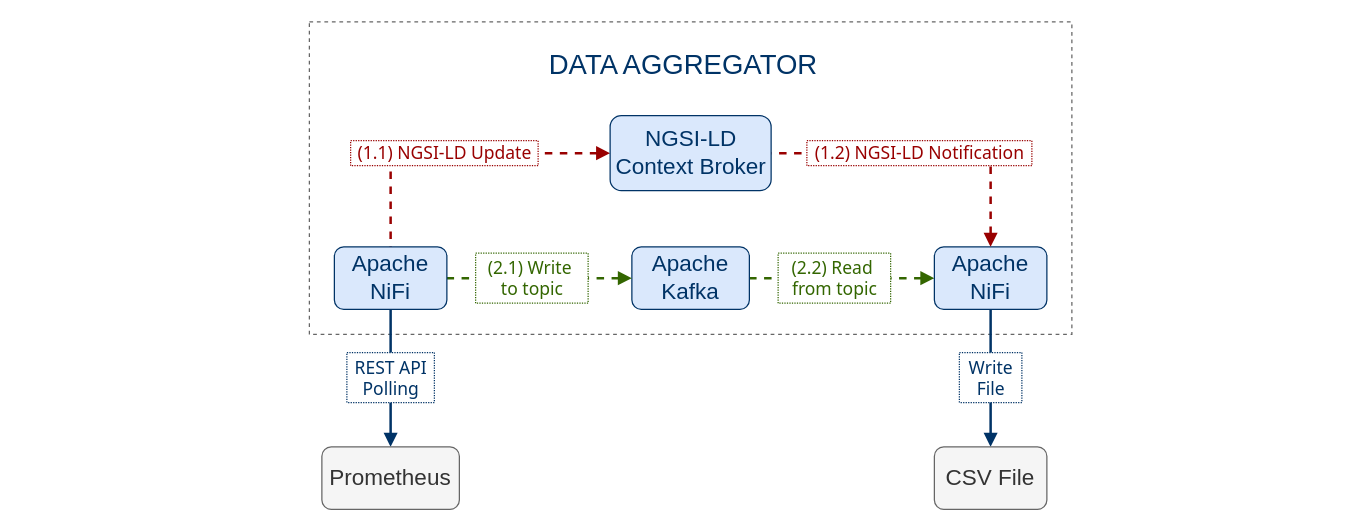
giros-dit/cim-prometheus-pipelines keeps this draw.io diagram as page "pipelines" (2 of 2) of docs/prometheus-experiment.drawio. Above is the earlier version. Source tidied: cells renumbered, new cells numbered last; positions are measured from the earlier drawing's top-left corner, leaving out a move shared by most shapes. Both pictures are drawn from the tidied source at 125%, with x=0, y=0 at pixel (309, 21).
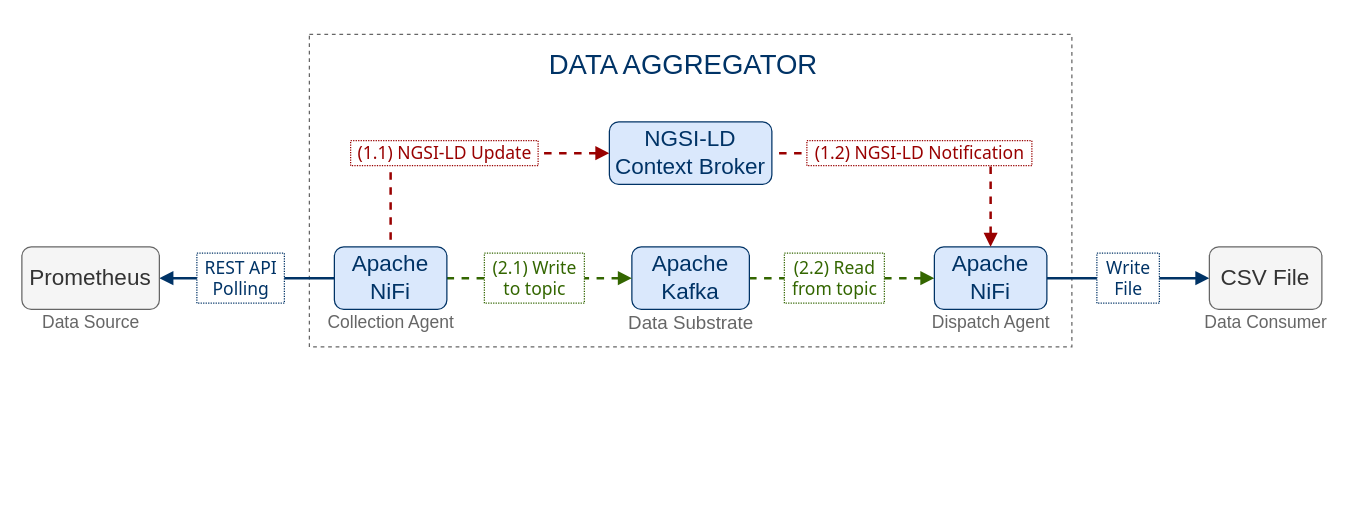
The same diagram, later.

Diff of the diagram source:
```diff
@@
-    <mxCell id="0" />
-    <mxCell id="1" parent="0" />
-    <mxCell id="2" style="edgeStyle=orthogonalEdgeStyle;rounded=0;jettySize=auto;html=1;exitX=0.5;exitY=1;exitDx=0;exitDy=0;fontColor=#003366;strokeColor=#003366;strokeWidth=2;endFill=1;endArrow=block;startFill=0;entryX=0.5;entryY=0;entryDx=0;entryDy=0;startArrow=none;" parent="1" edge="1" source="21" target="4">
-      <mxGeometry relative="1" as="geometry" />
-    </mxCell>
-    <mxCell id="3" style="rounded=0;whiteSpace=wrap;html=1;fillColor=none;dashed=1;fontColor=#575757;strokeColor=#666666;" parent="1" vertex="1">
-      <mxGeometry width="610" height="250" as="geometry" />
-    </mxCell>
+    <mxCell id="23" />
+    <mxCell id="24" parent="23" />
+    <mxCell id="25" style="rounded=0;whiteSpace=wrap;html=1;fillColor=none;dashed=1;fontColor=#575757;strokeColor=#666666;" parent="24" vertex="1">
+      <mxGeometry y="10" width="610" height="250" as="geometry" />
+    </mxCell>
+    <mxCell id="26" style="edgeStyle=orthogonalEdgeStyle;rounded=0;jettySize=auto;html=1;exitX=0;exitY=0.5;exitDx=0;exitDy=0;entryX=1;entryY=0.5;entryDx=0;entryDy=0;fontColor=#003366;strokeColor=#003366;strokeWidth=2;endFill=1;endArrow=block;startFill=0;" parent="24" edge="1" source="9" target="4">
+      <mxGeometry relative="1" as="geometry" />
+    </mxCell>
-    <mxCell id="4" value="&lt;font&gt;Prometheus&lt;/font&gt;" style="rounded=1;whiteSpace=wrap;html=1;fontFamily=Helvetica;fontSize=18;fillColor=#F5F5F5;strokeColor=#666666;fontColor=#333333;" parent="1" vertex="1">
-      <mxGeometry x="10" y="340" width="110" height="50" as="geometry" />
+    <mxCell id="4" value="Prometheus" style="rounded=1;whiteSpace=wrap;html=1;fontFamily=Helvetica;fontSize=18;strokeColor=#666666;fillColor=#F5F5F5;fontColor=#333333;" parent="24" vertex="1">
+      <mxGeometry x="-230" y="180" width="110" height="50" as="geometry" />
     </mxCell>
-    <mxCell id="5" style="edgeStyle=orthogonalEdgeStyle;rounded=0;jettySize=auto;html=1;exitX=0;exitY=0.5;exitDx=0;exitDy=0;entryX=1;entryY=0.5;entryDx=0;entryDy=0;dashed=1;fontColor=#003366;strokeColor=#336600;strokeWidth=2;fillColor=#f8cecc;endFill=0;endArrow=none;startFill=1;startArrow=block;" parent="1" edge="1" source="11" target="6">
+    <mxCell id="5" style="edgeStyle=orthogonalEdgeStyle;rounded=0;jettySize=auto;html=1;exitX=0;exitY=0.5;exitDx=0;exitDy=0;entryX=1;entryY=0.5;entryDx=0;entryDy=0;dashed=1;fontColor=#003366;strokeColor=#336600;strokeWidth=2;fillColor=#f8cecc;endFill=0;endArrow=none;startFill=1;startArrow=block;" parent="24" edge="1" source="11" target="6">
       <mxGeometry relative="1" as="geometry" />
     </mxCell>
-    <mxCell id="6" value="Apache&lt;br style=&quot;font-size: 18px;&quot;&gt;Kafka" style="rounded=1;whiteSpace=wrap;html=1;fontFamily=Helvetica;fillColor=#dae8fc;strokeColor=#003366;fontSize=18;fontColor=#003366;" parent="1" vertex="1">
+    <mxCell id="6" value="Apache&lt;br style=&quot;font-size: 18px;&quot;&gt;Kafka" style="rounded=1;whiteSpace=wrap;html=1;fontFamily=Helvetica;fillColor=#dae8fc;strokeColor=#003366;fontSize=18;fontColor=#003366;" parent="24" vertex="1">
       <mxGeometry x="258" y="180" width="94" height="50" as="geometry" />
     </mxCell>
-    <mxCell id="7" style="edgeStyle=orthogonalEdgeStyle;rounded=0;jettySize=auto;html=1;exitX=0;exitY=0.5;exitDx=0;exitDy=0;entryX=1;entryY=0.5;entryDx=0;entryDy=0;dashed=1;fontColor=#003366;strokeColor=#336600;strokeWidth=2;fillColor=#f8cecc;endFill=0;endArrow=none;startFill=1;startArrow=block;" parent="1" edge="1" source="6" target="9">
+    <mxCell id="7" style="edgeStyle=orthogonalEdgeStyle;rounded=0;jettySize=auto;html=1;exitX=0;exitY=0.5;exitDx=0;exitDy=0;entryX=1;entryY=0.5;entryDx=0;entryDy=0;dashed=1;fontColor=#003366;strokeColor=#336600;strokeWidth=2;fillColor=#f8cecc;endFill=0;endArrow=none;startFill=1;startArrow=block;" parent="24" edge="1" source="6" target="9">
       <mxGeometry relative="1" as="geometry" />
     </mxCell>
-    <mxCell id="8" style="rounded=0;jettySize=auto;html=1;exitX=0;exitY=0.5;exitDx=0;exitDy=0;entryX=0.5;entryY=0;entryDx=0;entryDy=0;dashed=1;fontSize=10;fontColor=#003366;strokeColor=#990000;strokeWidth=2;fillColor=#f8cecc;endFill=0;endArrow=none;endSize=10;startFill=1;startArrow=block;edgeStyle=orthogonalEdgeStyle;" parent="1" edge="1" source="13" target="9">
+    <mxCell id="8" style="rounded=0;jettySize=auto;html=1;exitX=0;exitY=0.5;exitDx=0;exitDy=0;entryX=0.5;entryY=0;entryDx=0;entryDy=0;dashed=1;fontSize=10;fontColor=#003366;strokeColor=#990000;strokeWidth=2;fillColor=#f8cecc;endFill=0;endArrow=none;endSize=10;startFill=1;startArrow=block;edgeStyle=orthogonalEdgeStyle;" parent="24" edge="1" source="13" target="9">
       <mxGeometry relative="1" as="geometry" />
     </mxCell>
-    <mxCell id="9" value="Apache&lt;br style=&quot;font-size: 18px;&quot;&gt;NiFi" style="rounded=1;whiteSpace=wrap;html=1;fontFamily=Helvetica;fillColor=#dae8fc;strokeColor=#003366;fontSize=18;fontColor=#003366;" parent="1" vertex="1">
+    <mxCell id="9" value="Apache&lt;br style=&quot;font-size: 18px;&quot;&gt;NiFi" style="rounded=1;whiteSpace=wrap;html=1;fontFamily=Helvetica;fillColor=#dae8fc;strokeColor=#003366;fontSize=18;fontColor=#003366;" parent="24" vertex="1">
       <mxGeometry x="20" y="180" width="90" height="50" as="geometry" />
     </mxCell>
+    <mxCell id="21" value="&lt;font style=&quot;font-size: 14px;&quot;&gt;REST API &lt;br style=&quot;font-size: 14px;&quot;&gt;Polling&lt;br style=&quot;font-size: 14px;&quot;&gt;&lt;/font&gt;" style="text;html=1;align=center;verticalAlign=middle;points=[];rounded=0;fontSize=14;fontColor=#003366;strokeColor=#003366;strokeWidth=1;labelBackgroundColor=#ffffff;endFill=1;endArrow=block;startFill=0;startArrow=none;fillColor=#ffffff;dashed=1;dashPattern=1 1;fontFamily=Tahoma;" parent="24" vertex="1">
+      <mxGeometry x="-90" y="185" width="70" height="40" as="geometry" />
+    </mxCell>
-    <mxCell id="10" style="edgeStyle=orthogonalEdgeStyle;rounded=0;jettySize=auto;html=1;fontColor=#003366;strokeColor=#003366;strokeWidth=2;endFill=1;endArrow=block;startFill=0;" parent="1" edge="1" source="11" target="19">
+    <mxCell id="10" style="edgeStyle=orthogonalEdgeStyle;rounded=0;jettySize=auto;html=1;fontColor=#003366;strokeColor=#003366;strokeWidth=2;endFill=1;endArrow=block;startFill=0;" parent="24" edge="1" source="11" target="19">
       <mxGeometry relative="1" as="geometry" />
     </mxCell>
-    <mxCell id="11" value="Apache&lt;br style=&quot;font-size: 18px;&quot;&gt;NiFi" style="rounded=1;whiteSpace=wrap;html=1;fontFamily=Helvetica;fillColor=#dae8fc;fontSize=18;strokeColor=#003366;fontColor=#003366;" parent="1" vertex="1">
+    <mxCell id="11" value="Apache&lt;br style=&quot;font-size: 18px;&quot;&gt;NiFi" style="rounded=1;whiteSpace=wrap;html=1;fontFamily=Helvetica;fillColor=#dae8fc;fontSize=18;strokeColor=#003366;fontColor=#003366;" parent="24" vertex="1">
       <mxGeometry x="500" y="180" width="90" height="50" as="geometry" />
     </mxCell>
-    <mxCell id="12" style="rounded=0;jettySize=auto;html=1;exitX=0.5;exitY=0;exitDx=0;exitDy=0;entryX=1;entryY=0.5;entryDx=0;entryDy=0;dashed=1;fontSize=10;fontColor=#003366;strokeColor=#990000;strokeWidth=2;fillColor=#f8cecc;endFill=0;endArrow=none;endSize=10;startFill=1;startArrow=block;edgeStyle=orthogonalEdgeStyle;" parent="1" edge="1" source="11" target="13">
+    <mxCell id="12" style="rounded=0;jettySize=auto;html=1;exitX=0.5;exitY=0;exitDx=0;exitDy=0;entryX=1;entryY=0.5;entryDx=0;entryDy=0;dashed=1;fontSize=10;fontColor=#003366;strokeColor=#990000;strokeWidth=2;fillColor=#f8cecc;endFill=0;endArrow=none;endSize=10;startFill=1;startArrow=block;edgeStyle=orthogonalEdgeStyle;" parent="24" edge="1" source="11" target="13">
       <mxGeometry relative="1" as="geometry" />
     </mxCell>
-    <mxCell id="13" value="NGSI-LD Context Broker" style="rounded=1;whiteSpace=wrap;html=1;fontFamily=Helvetica;fillColor=#dae8fc;strokeColor=#003366;fontSize=18;fontColor=#003366;" parent="1" vertex="1">
-      <mxGeometry x="240.6" y="75" width="128.8" height="60" as="geometry" />
+    <mxCell id="13" value="NGSI-LD Context Broker" style="rounded=1;whiteSpace=wrap;html=1;fontFamily=Helvetica;fillColor=#dae8fc;strokeColor=#003366;fontSize=18;fontColor=#003366;" parent="24" vertex="1">
+      <mxGeometry x="240" y="80" width="130" height="50" as="geometry" />
     </mxCell>
-    <mxCell id="14" value="&lt;font style=&quot;font-size: 14px;&quot;&gt;(1.1) NGSI-LD Update&lt;/font&gt;" style="text;html=1;align=center;verticalAlign=middle;rounded=0;fontSize=14;fontColor=#990000;strokeColor=#990000;strokeWidth=1;labelBackgroundColor=#ffffff;endFill=1;endArrow=block;startFill=0;startArrow=none;fillColor=#ffffff;dashed=1;dashPattern=1 1;fontFamily=Tahoma;" parent="1" vertex="1">
+    <mxCell id="14" value="&lt;font style=&quot;font-size: 14px;&quot;&gt;(1.1) NGSI-LD Update&lt;/font&gt;" style="text;html=1;align=center;verticalAlign=middle;rounded=0;fontSize=14;fontColor=#990000;strokeColor=#990000;strokeWidth=1;labelBackgroundColor=#ffffff;endFill=1;endArrow=block;startFill=0;startArrow=none;fillColor=#ffffff;dashed=1;dashPattern=1 1;fontFamily=Tahoma;" parent="24" vertex="1">
       <mxGeometry x="33" y="95" width="150" height="20" as="geometry" />
     </mxCell>
-    <mxCell id="15" value="&lt;font style=&quot;font-size: 14px;&quot;&gt;(1.2) NGSI-LD Notification&lt;/font&gt;" style="text;html=1;align=center;verticalAlign=middle;rounded=0;fontSize=14;fontColor=#990000;strokeColor=#990000;strokeWidth=1;labelBackgroundColor=#ffffff;endFill=1;endArrow=block;startFill=0;startArrow=none;fillColor=#ffffff;dashed=1;dashPattern=1 1;fontFamily=Tahoma;" parent="1" vertex="1">
+    <mxCell id="15" value="&lt;font style=&quot;font-size: 14px;&quot;&gt;(1.2) NGSI-LD Notification&lt;/font&gt;" style="text;html=1;align=center;verticalAlign=middle;rounded=0;fontSize=14;fontColor=#990000;strokeColor=#990000;strokeWidth=1;labelBackgroundColor=#ffffff;endFill=1;endArrow=block;startFill=0;startArrow=none;fillColor=#ffffff;dashed=1;dashPattern=1 1;fontFamily=Tahoma;" parent="24" vertex="1">
       <mxGeometry x="398" y="95" width="180" height="20" as="geometry" />
     </mxCell>
-    <mxCell id="16" value="&lt;font style=&quot;font-size: 14px&quot;&gt;(2.1) Write&amp;nbsp;&lt;br&gt;to topic&lt;/font&gt;" style="text;html=1;align=center;verticalAlign=middle;rounded=0;fontSize=14;fontColor=#336600;strokeColor=#336600;strokeWidth=1;labelBackgroundColor=#ffffff;endFill=1;endArrow=block;startFill=0;startArrow=none;fillColor=#ffffff;dashed=1;dashPattern=1 1;fontFamily=Tahoma;" parent="1" vertex="1">
-      <mxGeometry x="133" y="185" width="90" height="40" as="geometry" />
+    <mxCell id="16" value="&lt;font style=&quot;font-size: 14px;&quot;&gt;(2.1) Write &lt;br style=&quot;font-size: 14px;&quot;&gt;to topic&lt;/font&gt;" style="text;html=1;align=center;verticalAlign=middle;rounded=0;fontSize=14;fontColor=#336600;strokeColor=#336600;strokeWidth=1;labelBackgroundColor=#ffffff;endFill=1;endArrow=block;startFill=0;startArrow=none;fillColor=#ffffff;dashed=1;dashPattern=1 1;fontFamily=Tahoma;" parent="24" vertex="1">
+      <mxGeometry x="140" y="185" width="80" height="40" as="geometry" />
     </mxCell>
-    <mxCell id="17" value="&lt;font style=&quot;font-size: 14px&quot;&gt;(2.2) Read&amp;nbsp;&lt;br&gt;from topic&lt;/font&gt;" style="text;html=1;align=center;verticalAlign=middle;rounded=0;fontSize=14;fontColor=#336600;strokeColor=#336600;strokeWidth=1;labelBackgroundColor=#ffffff;endFill=1;endArrow=block;startFill=0;startArrow=none;fillColor=#ffffff;dashed=1;dashPattern=1 1;fontFamily=Tahoma;" parent="1" vertex="1">
-      <mxGeometry x="375" y="185" width="90" height="40" as="geometry" />
+    <mxCell id="17" value="&lt;font style=&quot;font-size: 14px;&quot;&gt;(2.2) Read&lt;br style=&quot;font-size: 14px;&quot;&gt;from topic&lt;/font&gt;" style="text;html=1;align=center;verticalAlign=middle;rounded=0;fontSize=14;fontColor=#336600;strokeColor=#336600;strokeWidth=1;labelBackgroundColor=#ffffff;endFill=1;endArrow=block;startFill=0;startArrow=none;fillColor=#ffffff;dashed=1;dashPattern=1 1;fontFamily=Tahoma;" parent="24" vertex="1">
+      <mxGeometry x="380" y="185" width="80" height="40" as="geometry" />
     </mxCell>
-    <mxCell id="18" value="&lt;font color=&quot;#003366&quot; style=&quot;font-size: 22px;&quot;&gt;DATA AGGREGATOR&lt;/font&gt;" style="text;html=1;align=left;verticalAlign=middle;fontSize=22;fontColor=#575757;" parent="1" vertex="1">
+    <mxCell id="18" value="&lt;font color=&quot;#003366&quot; style=&quot;font-size: 22px;&quot;&gt;DATA AGGREGATOR&lt;/font&gt;" style="text;html=1;align=left;verticalAlign=middle;fontSize=22;fontColor=#575757;" parent="24" vertex="1">
       <mxGeometry x="190" y="20" width="230" height="30" as="geometry" />
     </mxCell>
-    <mxCell id="19" value="&lt;font&gt;CSV File&lt;/font&gt;" style="rounded=1;whiteSpace=wrap;html=1;fontFamily=Helvetica;fontSize=18;fillColor=#F5F5F5;strokeColor=#666666;fontColor=#333333;" parent="1" vertex="1">
-      <mxGeometry x="500" y="340" width="90" height="50" as="geometry" />
+    <mxCell id="19" value="CSV File" style="rounded=1;whiteSpace=wrap;html=1;fontFamily=Helvetica;fontSize=18;strokeColor=#666666;fillColor=#F5F5F5;fontColor=#333333;" parent="24" vertex="1">
+      <mxGeometry x="720" y="180" width="90" height="50" as="geometry" />
     </mxCell>
-    <mxCell id="20" value="&lt;font style=&quot;font-size: 14px;&quot;&gt;Write&lt;br style=&quot;font-size: 14px;&quot;&gt;File&lt;br style=&quot;font-size: 14px;&quot;&gt;&lt;/font&gt;" style="text;html=1;align=center;verticalAlign=middle;rounded=0;fontSize=14;fontColor=#003366;strokeColor=#003366;strokeWidth=1;labelBackgroundColor=#ffffff;endFill=1;endArrow=block;startFill=0;startArrow=none;fillColor=#ffffff;dashed=1;dashPattern=1 1;fontFamily=Tahoma;" parent="1" vertex="1">
-      <mxGeometry x="520" y="264.5" width="50" height="40" as="geometry" />
+    <mxCell id="20" value="&lt;font style=&quot;font-size: 14px;&quot;&gt;Write&lt;br style=&quot;font-size: 14px;&quot;&gt;File&lt;br style=&quot;font-size: 14px;&quot;&gt;&lt;/font&gt;" style="text;html=1;align=center;verticalAlign=middle;rounded=0;fontSize=14;fontColor=#003366;strokeColor=#003366;strokeWidth=1;labelBackgroundColor=#ffffff;endFill=1;endArrow=block;startFill=0;startArrow=none;fillColor=#ffffff;dashed=1;dashPattern=1 1;fontFamily=Tahoma;" parent="24" vertex="1">
+      <mxGeometry x="630" y="185" width="50" height="40" as="geometry" />
     </mxCell>
-    <mxCell id="21" value="&lt;font style=&quot;font-size: 14px;&quot;&gt;REST API &lt;br style=&quot;font-size: 14px;&quot;&gt;Polling&lt;br style=&quot;font-size: 14px;&quot;&gt;&lt;/font&gt;" style="text;html=1;align=center;verticalAlign=middle;points=[];rounded=0;fontSize=14;fontColor=#003366;strokeColor=#003366;strokeWidth=1;labelBackgroundColor=#ffffff;endFill=1;endArrow=block;startFill=0;startArrow=none;fillColor=#ffffff;dashed=1;dashPattern=1 1;fontFamily=Tahoma;" parent="1" vertex="1">
-      <mxGeometry x="30" y="264.5" width="70" height="40" as="geometry" />
-    </mxCell>
-    <mxCell id="22" style="edgeStyle=orthogonalEdgeStyle;rounded=0;jettySize=auto;html=1;exitX=0.5;exitY=1;exitDx=0;exitDy=0;fontColor=#003366;strokeColor=#003366;strokeWidth=2;endFill=1;endArrow=none;startFill=0;entryX=0.5;entryY=0;entryDx=0;entryDy=0;" parent="1" edge="1" source="9" target="21">
-      <mxGeometry relative="1" as="geometry" />
-    </mxCell>
+    <mxCell id="27" value="Data Source" style="text;html=1;align=center;verticalAlign=middle;fontSize=14;fontColor=#666666;" parent="24" vertex="1">
+      <mxGeometry x="-220" y="230" width="90" height="20" as="geometry" />
+    </mxCell>
+    <mxCell id="28" value="Data Consumer" style="text;html=1;align=center;verticalAlign=middle;fontSize=14;fontColor=#666666;" parent="24" vertex="1">
+      <mxGeometry x="710" y="230" width="110" height="20" as="geometry" />
+    </mxCell>
+    <mxCell id="29" value="Collection Agent" style="text;html=1;align=center;verticalAlign=middle;fontSize=14;fontColor=#666666;" parent="24" vertex="1">
+      <mxGeometry x="5" y="230" width="120" height="20" as="geometry" />
+    </mxCell>
+    <mxCell id="30" value="Data Substrate" style="text;html=1;align=center;verticalAlign=middle;fontSize=15;fontColor=#666666;" parent="24" vertex="1">
+      <mxGeometry x="245" y="230" width="120" height="20" as="geometry" />
+    </mxCell>
+    <mxCell id="31" value="Dispatch Agent" style="text;html=1;align=center;verticalAlign=middle;fontSize=14;fontColor=#666666;" parent="24" vertex="1">
+      <mxGeometry x="490" y="230" width="110" height="20" as="geometry" />
+    </mxCell>
```
